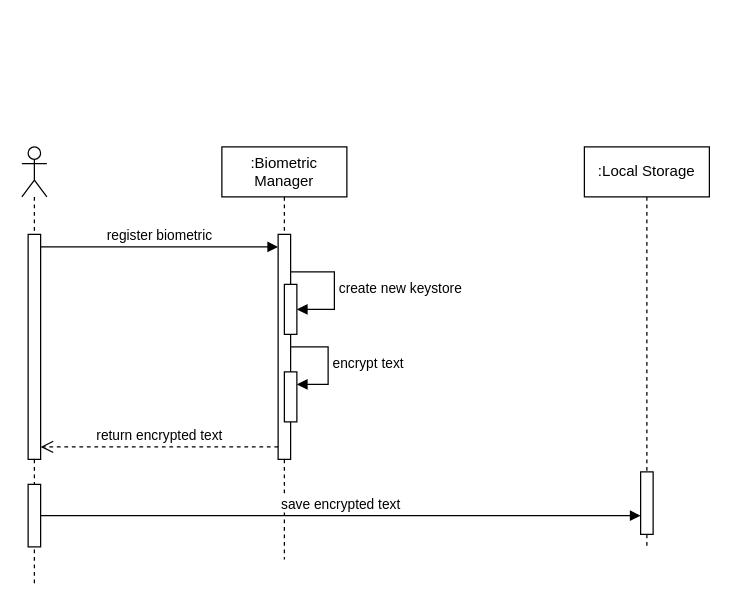
Above: Best Practice/Register Biometric Cryptography.drawio in fadlurahmanfdev/draw_io (draw.io), before the change. Source tidied: cells renumbered, new cells numbered last; positions are measured from the earlier drawing's top-left corner, leaving out a move shared by most shapes. Both pictures are drawn from the tidied source at 125%, with x=0, y=0 at pixel (21, 146).
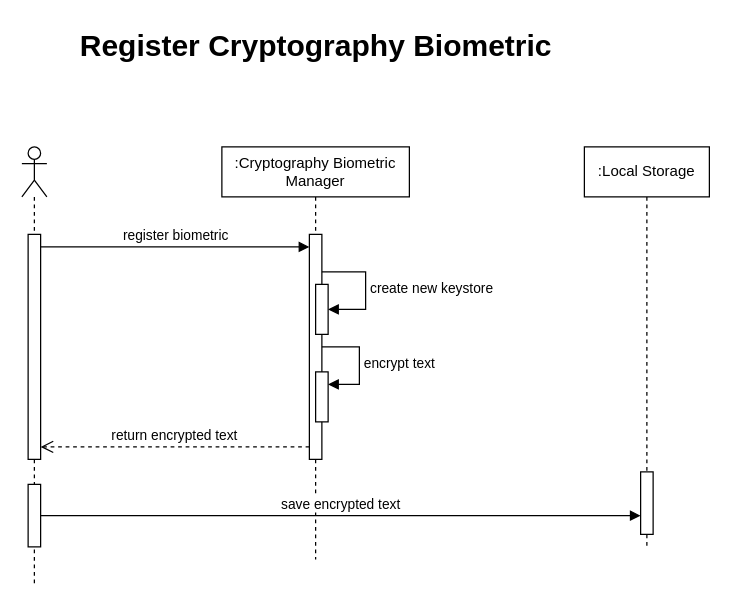
The same page after the edit.

What changed in the source:
```diff
@@
-    <mxCell id="5" value=":Biometric Manager" style="shape=umlLifeline;perimeter=lifelinePerimeter;whiteSpace=wrap;html=1;newEdgeStyle={&quot;curved&quot;:0,&quot;rounded&quot;:0};" parent="1" vertex="1">
-      <mxGeometry x="160" width="100" height="330" as="geometry" />
+    <mxCell id="5" value=":Cryptography Biometric Manager" style="shape=umlLifeline;perimeter=lifelinePerimeter;whiteSpace=wrap;html=1;newEdgeStyle={&quot;curved&quot;:0,&quot;rounded&quot;:0};" parent="1" vertex="1">
+      <mxGeometry x="160" width="150" height="330" as="geometry" />
     </mxCell>
     <mxCell id="6" style="html=1;points=[[0,0,0,0,5],[0,1,0,0,-5],[1,0,0,0,5],[1,1,0,0,-5]];perimeter=orthogonalPerimeter;outlineConnect=0;targetShapes=umlLifeline;portConstraint=eastwest;newEdgeStyle={&quot;curved&quot;:0,&quot;rounded&quot;:0};" parent="5" vertex="1">
-      <mxGeometry x="45" y="70" width="10" height="180" as="geometry" />
+      <mxGeometry x="70" y="70" width="10" height="180" as="geometry" />
     </mxCell>
     <mxCell id="7" style="html=1;points=[[0,0,0,0,5],[0,1,0,0,-5],[1,0,0,0,5],[1,1,0,0,-5]];perimeter=orthogonalPerimeter;outlineConnect=0;targetShapes=umlLifeline;portConstraint=eastwest;newEdgeStyle={&quot;curved&quot;:0,&quot;rounded&quot;:0};" parent="5" vertex="1">
-      <mxGeometry x="50" y="110" width="10" height="40" as="geometry" />
+      <mxGeometry x="75" y="110" width="10" height="40" as="geometry" />
     </mxCell>
     <mxCell id="8" value="create new keystore" style="html=1;align=left;spacingLeft=2;endArrow=block;rounded=0;edgeStyle=orthogonalEdgeStyle;curved=0;rounded=0;" parent="5" edge="1" source="6" target="7">
       <mxGeometry relative="1" as="geometry">
         <Array as="points">
-          <mxPoint x="90" y="100" />
-          <mxPoint x="90" y="130" />
+          <mxPoint x="115" y="100" />
+          <mxPoint x="115" y="130" />
         </Array>
       </mxGeometry>
     </mxCell>
     <mxCell id="9" style="html=1;points=[[0,0,0,0,5],[0,1,0,0,-5],[1,0,0,0,5],[1,1,0,0,-5]];perimeter=orthogonalPerimeter;outlineConnect=0;targetShapes=umlLifeline;portConstraint=eastwest;newEdgeStyle={&quot;curved&quot;:0,&quot;rounded&quot;:0};" parent="5" vertex="1">
-      <mxGeometry x="50" y="180" width="10" height="40" as="geometry" />
+      <mxGeometry x="75" y="180" width="10" height="40" as="geometry" />
     </mxCell>
     <mxCell id="10" value="encrypt text" style="html=1;align=left;spacingLeft=2;endArrow=block;rounded=0;edgeStyle=orthogonalEdgeStyle;curved=0;rounded=0;" parent="5" edge="1" target="9">
       <mxGeometry relative="1" as="geometry">
-        <mxPoint x="55" y="160" as="sourcePoint" />
+        <mxPoint x="80" y="160" as="sourcePoint" />
         <Array as="points">
-          <mxPoint x="85" y="190" />
+          <mxPoint x="110" y="190" />
         </Array>
       </mxGeometry>
     </mxCell>
-    <mxCell id="11" value="register biometric" style="html=1;verticalAlign=bottom;endArrow=block;curved=0;rounded=0;" parent="1" edge="1">
+    <mxCell id="11" value="register biometric" style="html=1;verticalAlign=bottom;endArrow=block;curved=0;rounded=0;" parent="1" edge="1" target="6">
       <mxGeometry relative="1" as="geometry">
         <mxPoint x="15" y="80" as="sourcePoint" />
-        <mxPoint x="205" y="80" as="targetPoint" />
       </mxGeometry>
     </mxCell>
@@
-    <mxCell id="14" value="return encrypted text" style="html=1;verticalAlign=bottom;endArrow=open;dashed=1;endSize=8;curved=0;rounded=0;" parent="1" edge="1">
+    <mxCell id="14" value="return encrypted text" style="html=1;verticalAlign=bottom;endArrow=open;dashed=1;endSize=8;curved=0;rounded=0;" parent="1" edge="1" source="6">
       <mxGeometry relative="1" as="geometry">
-        <mxPoint x="205" y="240" as="sourcePoint" />
         <mxPoint x="15" y="240" as="targetPoint" />
       </mxGeometry>
     </mxCell>
@@
+    <mxCell id="16" value="Register Cryptography Biometric" style="text;strokeColor=none;fillColor=none;html=1;fontSize=24;fontStyle=1;verticalAlign=middle;align=center;" parent="1" vertex="1">
+      <mxGeometry x="185" y="-100" width="100" height="40" as="geometry" />
+    </mxCell>
```
